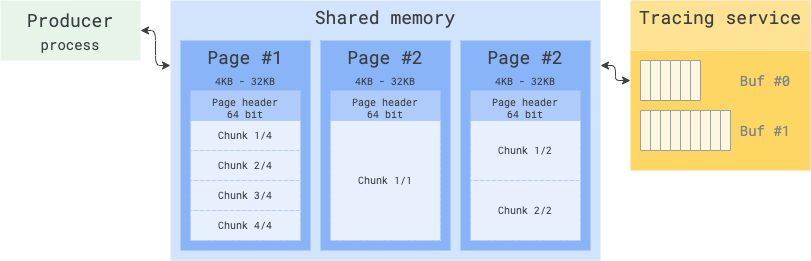
This is docs/images/shmem-abi-overview.png from primiano/perfetto-docs, a draw.io export, as it was before one commit. Source tidied: cells renumbered, new cells last; positions are measured from the earlier drawing's top-left corner, leaving out a move shared by most shapes.
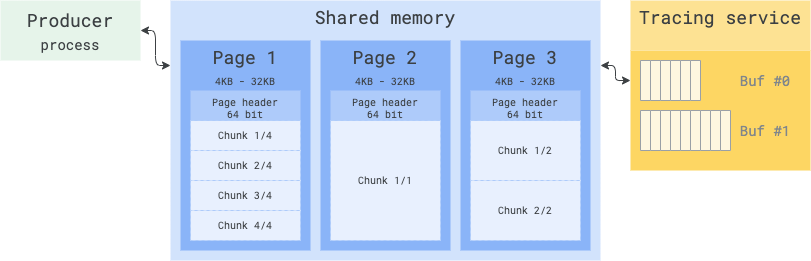
Later version of the same file.

Diff of the diagram source:
```diff
@@ -62,7 +62,7 @@
     <mxCell id="21" value="Buf #1" style="text;html=1;strokeColor=none;fillColor=none;align=center;verticalAlign=middle;whiteSpace=wrap;rounded=0;fontSize=14;fontColor=#80868B;fontFamily=Roboto Mono;" parent="1" vertex="1">
       <mxGeometry x="730" y="120" width="70" height="20" as="geometry" />
     </mxCell>
-    <mxCell id="22" value="Page #1&lt;br&gt;&lt;font style=&quot;font-size: 10px&quot;&gt;4KB - 32KB&lt;/font&gt;" style="rounded=1;whiteSpace=wrap;html=1;fontFamily=Roboto Mono;fontSize=18;align=center;arcSize=0;fillColor=#8AB4F8;strokeColor=none;direction=west;fontColor=#3C4043;gradientColor=none;verticalAlign=top;" parent="1" vertex="1">
+    <mxCell id="22" value="Page 1&lt;br&gt;&lt;font style=&quot;font-size: 10px&quot;&gt;4KB - 32KB&lt;/font&gt;" style="rounded=1;whiteSpace=wrap;html=1;fontFamily=Roboto Mono;fontSize=18;align=center;arcSize=0;fillColor=#8AB4F8;strokeColor=none;direction=west;fontColor=#3C4043;gradientColor=none;verticalAlign=top;" parent="1" vertex="1">
       <mxGeometry x="180" y="40" width="130" height="210" as="geometry" />
     </mxCell>
     <mxCell id="23" value="Chunk 1/4" style="rounded=1;whiteSpace=wrap;html=1;fontFamily=Roboto Mono;fontSize=10;align=center;arcSize=0;fillColor=#E8F0FE;strokeColor=#AECBFA;direction=west;fontColor=#3C4043;gradientColor=none;verticalAlign=middle;dashed=1;" parent="1" vertex="1">
@@ -71,7 +71,7 @@
     <mxCell id="24" value="Page header&lt;br&gt;64 bit" style="rounded=1;whiteSpace=wrap;html=1;fontFamily=Roboto Mono;fontSize=10;align=center;arcSize=0;fillColor=#AECBFA;strokeColor=none;direction=west;fontColor=#3C4043;gradientColor=none;verticalAlign=top;" parent="1" vertex="1">
       <mxGeometry x="190" y="90" width="110" height="30" as="geometry" />
     </mxCell>
-    <mxCell id="25" value="Page #2&lt;br&gt;&lt;font style=&quot;font-size: 10px&quot;&gt;4KB - 32KB&lt;/font&gt;" style="rounded=1;whiteSpace=wrap;html=1;fontFamily=Roboto Mono;fontSize=18;align=center;arcSize=0;fillColor=#8AB4F8;strokeColor=none;direction=west;fontColor=#3C4043;gradientColor=none;verticalAlign=top;" parent="1" vertex="1">
+    <mxCell id="25" value="Page 2&lt;br&gt;&lt;font style=&quot;font-size: 10px&quot;&gt;4KB - 32KB&lt;/font&gt;" style="rounded=1;whiteSpace=wrap;html=1;fontFamily=Roboto Mono;fontSize=18;align=center;arcSize=0;fillColor=#8AB4F8;strokeColor=none;direction=west;fontColor=#3C4043;gradientColor=none;verticalAlign=top;" parent="1" vertex="1">
       <mxGeometry x="320" y="40" width="130" height="210" as="geometry" />
     </mxCell>
     <mxCell id="26" value="Chunk 1/1" style="rounded=1;whiteSpace=wrap;html=1;fontFamily=Roboto Mono;fontSize=10;align=center;arcSize=0;fillColor=#E8F0FE;strokeColor=#AECBFA;direction=west;fontColor=#3C4043;gradientColor=none;verticalAlign=middle;dashed=1;" parent="1" vertex="1">
@@ -89,7 +89,7 @@
     <mxCell id="30" value="Chunk 4/4" style="rounded=1;whiteSpace=wrap;html=1;fontFamily=Roboto Mono;fontSize=10;align=center;arcSize=0;fillColor=#E8F0FE;strokeColor=#AECBFA;direction=west;fontColor=#3C4043;gradientColor=none;verticalAlign=middle;dashed=1;" parent="1" vertex="1">
       <mxGeometry x="190" y="210" width="110" height="30" as="geometry" />
     </mxCell>
-    <mxCell id="31" value="Page #2&lt;br&gt;&lt;font style=&quot;font-size: 10px&quot;&gt;4KB - 32KB&lt;/font&gt;" style="rounded=1;whiteSpace=wrap;html=1;fontFamily=Roboto Mono;fontSize=18;align=center;arcSize=0;fillColor=#8AB4F8;strokeColor=none;direction=west;fontColor=#3C4043;gradientColor=none;verticalAlign=top;" parent="1" vertex="1">
+    <mxCell id="31" value="Page 3&lt;br&gt;&lt;font style=&quot;font-size: 10px&quot;&gt;4KB - 32KB&lt;/font&gt;" style="rounded=1;whiteSpace=wrap;html=1;fontFamily=Roboto Mono;fontSize=18;align=center;arcSize=0;fillColor=#8AB4F8;strokeColor=none;direction=west;fontColor=#3C4043;gradientColor=none;verticalAlign=top;" parent="1" vertex="1">
       <mxGeometry x="460" y="40" width="130" height="210" as="geometry" />
     </mxCell>
     <mxCell id="32" value="Chunk 1/2" style="rounded=1;whiteSpace=wrap;html=1;fontFamily=Roboto Mono;fontSize=10;align=center;arcSize=0;fillColor=#E8F0FE;strokeColor=#AECBFA;direction=west;fontColor=#3C4043;gradientColor=none;verticalAlign=middle;dashed=1;" parent="1" vertex="1">
```
